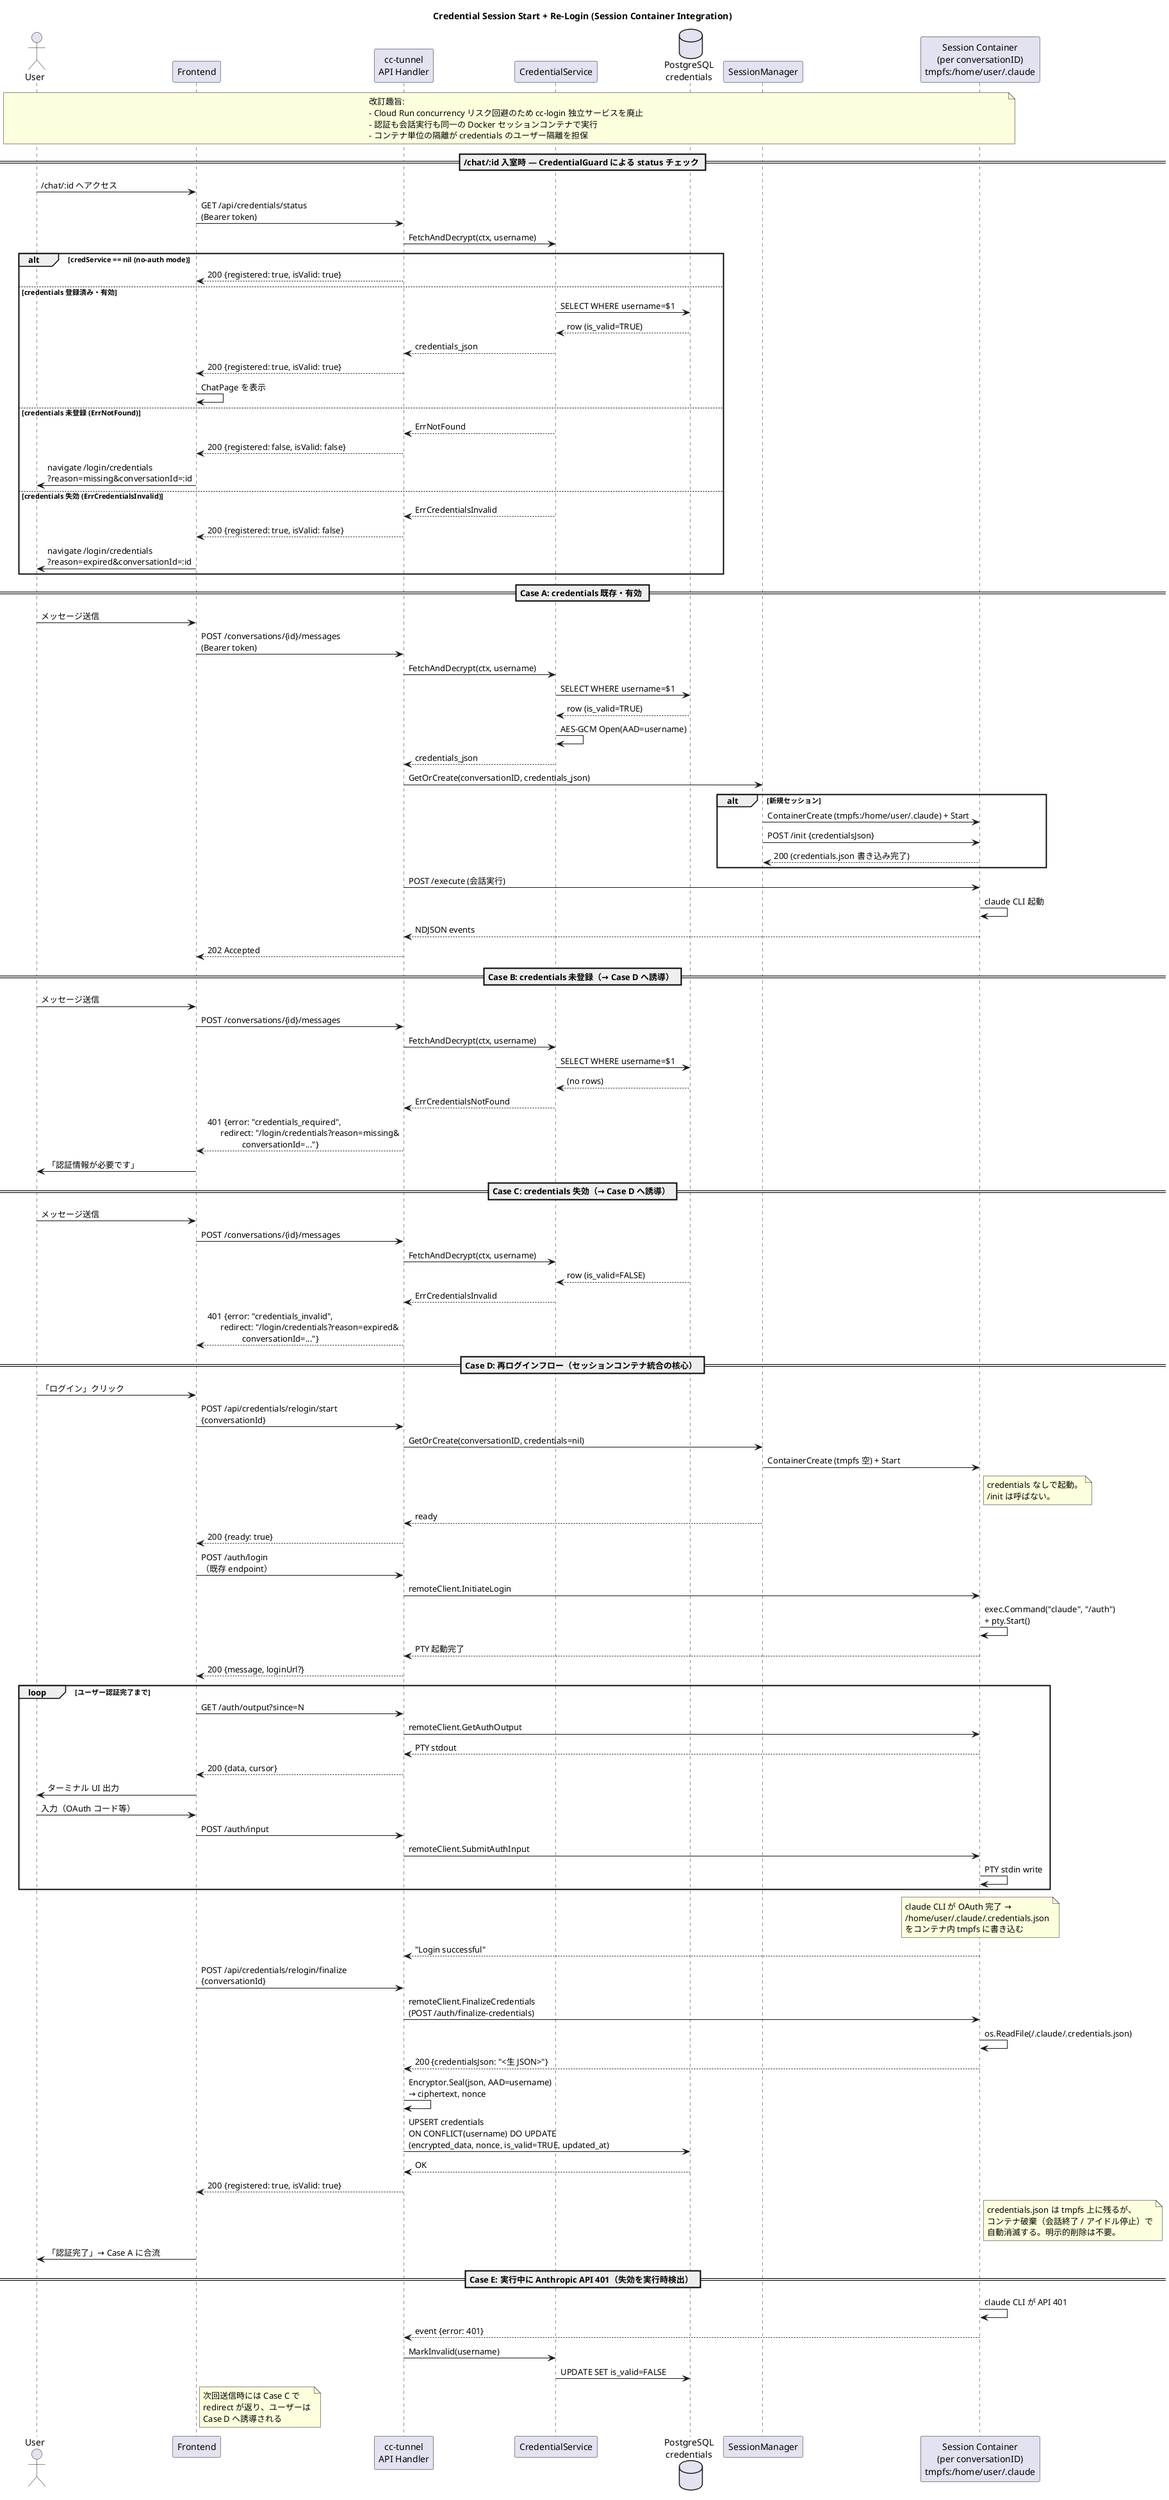
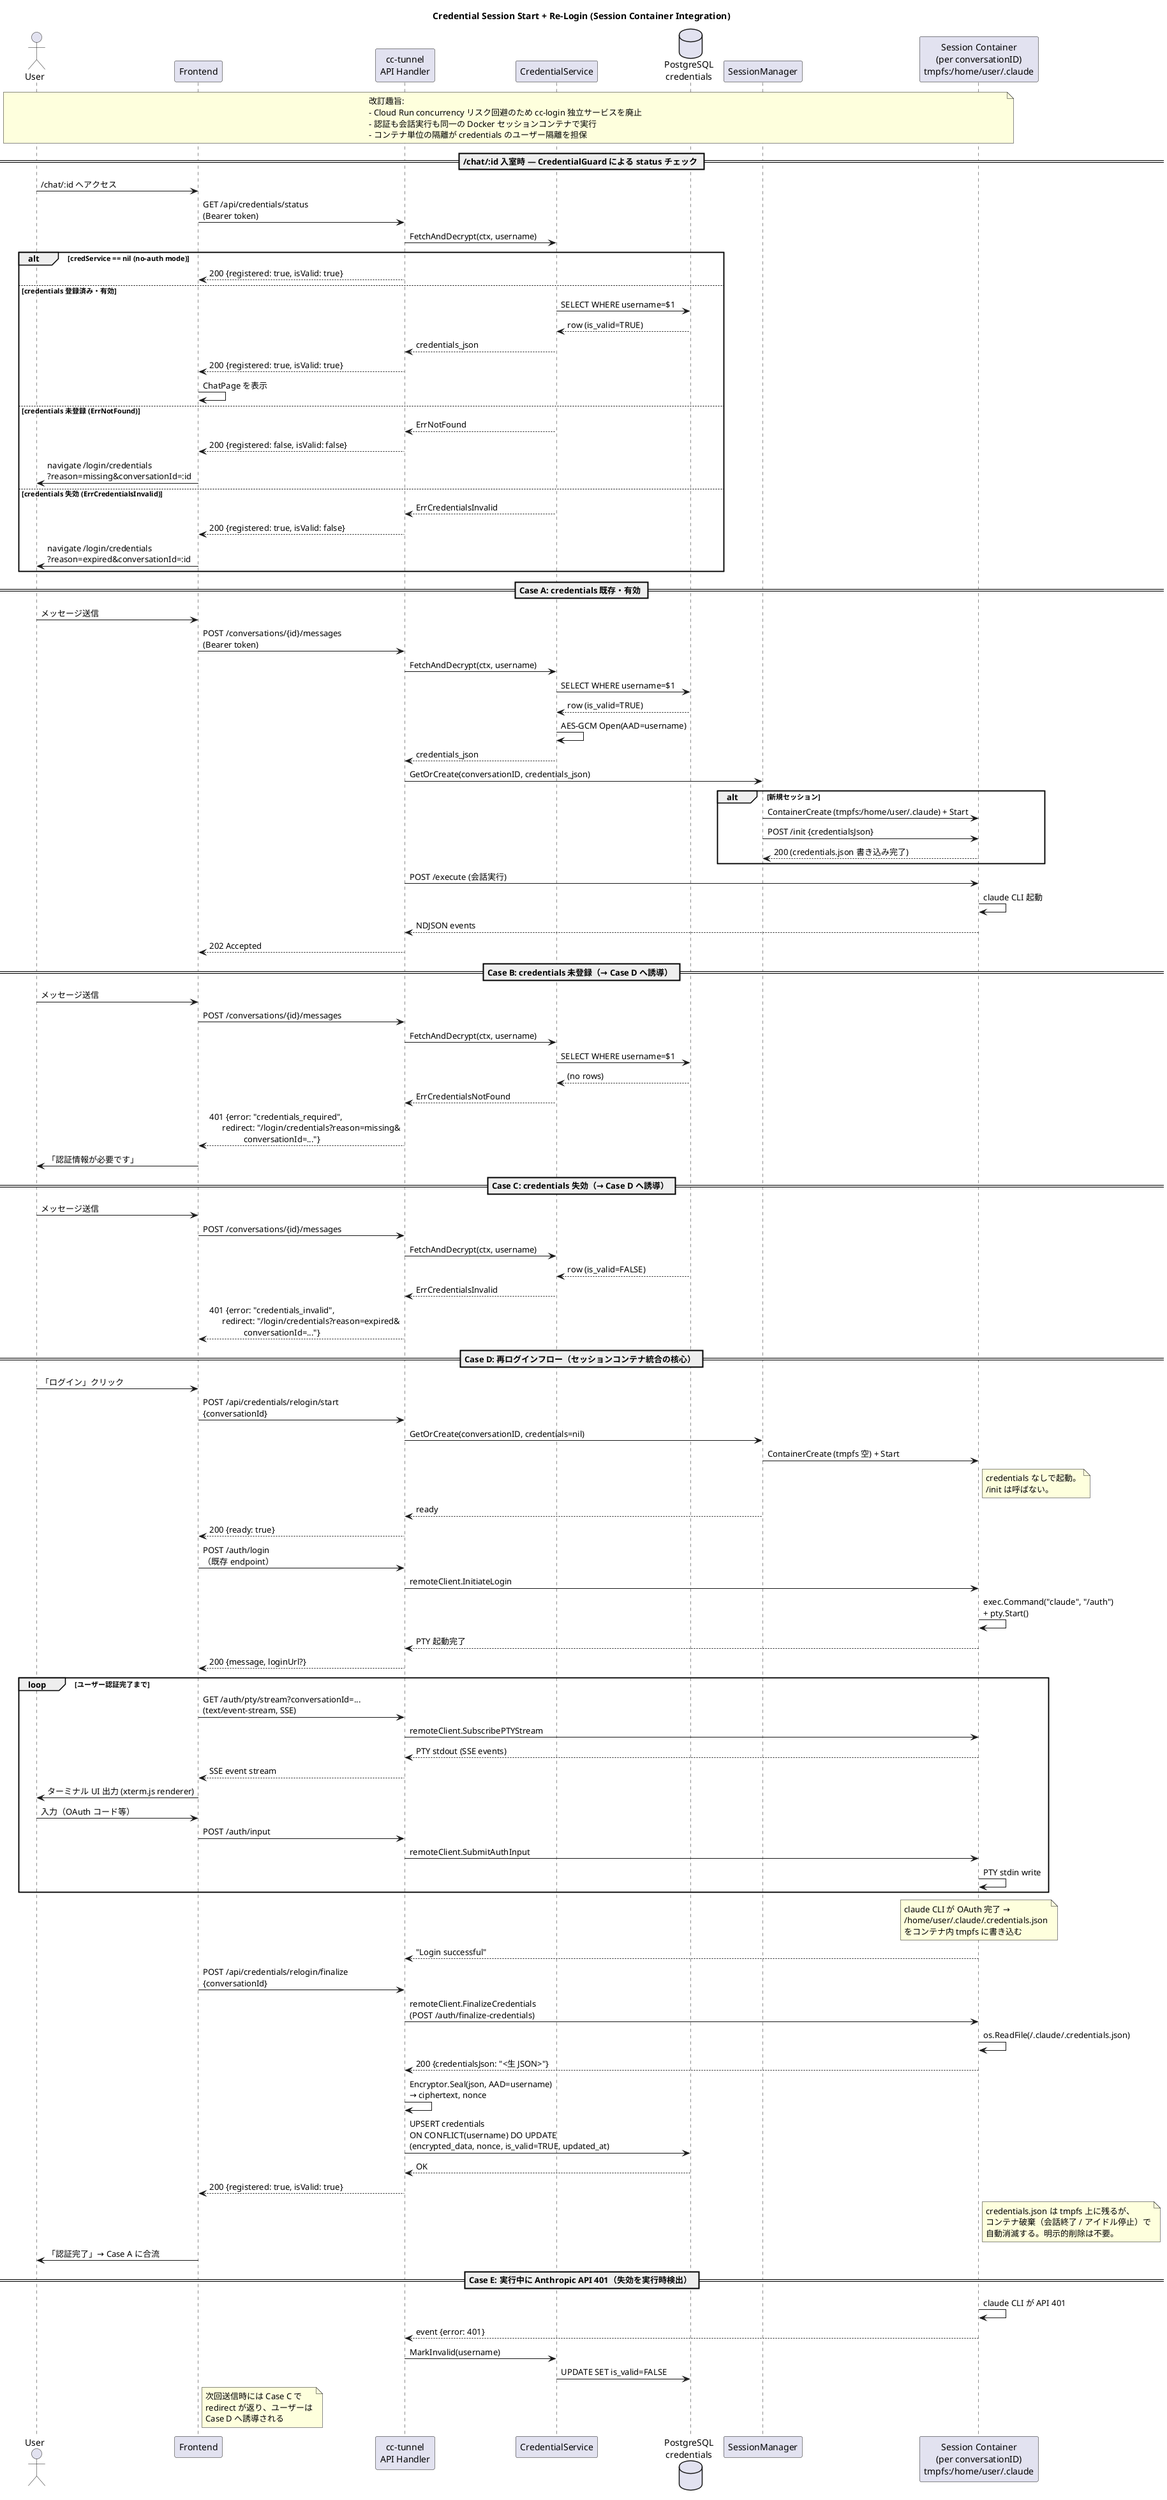
@startuml credential_session_start_sequence
' cc-tunnel セッション開始 + 再ログインフロー（セッションコンテナ統合方式・改訂版）

title Credential Session Start + Re-Login (Session Container Integration)

actor "User" as user
participant "Frontend" as fe
participant "cc-tunnel\nAPI Handler" as handler
participant "CredentialService" as credsvc
database "PostgreSQL\ncredentials" as db
participant "SessionManager" as sm
participant "Session Container\n(per conversationID)\ntmpfs:/home/user/.claude" as container

note over user, container
  改訂趣旨:
  - Cloud Run concurrency リスク回避のため cc-login 独立サービスを廃止
  - 認証も会話実行も同一の Docker セッションコンテナで実行
  - コンテナ単位の隔離が credentials のユーザー隔離を担保
end note

== /chat/:id 入室時 — CredentialGuard による status チェック ==

user -> fe : /chat/:id へアクセス
fe -> handler : GET /api/credentials/status\n(Bearer token)
handler -> credsvc : FetchAndDecrypt(ctx, username)

alt credService == nil (no-auth mode)
  handler --> fe : 200 {registered: true, isValid: true}
else credentials 登録済み・有効
  credsvc -> db : SELECT WHERE username=$1
  db --> credsvc : row (is_valid=TRUE)
  credsvc --> handler : credentials_json
  handler --> fe : 200 {registered: true, isValid: true}
  fe -> fe : ChatPage を表示
else credentials 未登録 (ErrNotFound)
  credsvc --> handler : ErrNotFound
  handler --> fe : 200 {registered: false, isValid: false}
  fe -> user : navigate /login/credentials\n?reason=missing&conversationId=:id
else credentials 失効 (ErrCredentialsInvalid)
  credsvc --> handler : ErrCredentialsInvalid
  handler --> fe : 200 {registered: true, isValid: false}
  fe -> user : navigate /login/credentials\n?reason=expired&conversationId=:id
end

== Case A: credentials 既存・有効 ==

user -> fe : メッセージ送信
fe -> handler : POST /conversations/{id}/messages\n(Bearer token)
handler -> credsvc : FetchAndDecrypt(ctx, username)
credsvc -> db : SELECT WHERE username=$1
db --> credsvc : row (is_valid=TRUE)
credsvc -> credsvc : AES-GCM Open(AAD=username)
credsvc --> handler : credentials_json
handler -> sm : GetOrCreate(conversationID, credentials_json)

alt 新規セッション
  sm -> container : ContainerCreate (tmpfs:/home/user/.claude) + Start
  sm -> container : POST /init {credentialsJson}
  container --> sm : 200 (credentials.json 書き込み完了)
end

handler -> container : POST /execute (会話実行)
container -> container : claude CLI 起動
container --> handler : NDJSON events
handler --> fe : 202 Accepted

== Case B: credentials 未登録（→ Case D へ誘導） ==

user -> fe : メッセージ送信
fe -> handler : POST /conversations/{id}/messages
handler -> credsvc : FetchAndDecrypt(ctx, username)
credsvc -> db : SELECT WHERE username=$1
db --> credsvc : (no rows)
credsvc --> handler : ErrCredentialsNotFound
handler --> fe : 401 {error: "credentials_required",\n      redirect: "/login/credentials?reason=missing&\n                conversationId=..."}
fe -> user : 「認証情報が必要です」

== Case C: credentials 失効（→ Case D へ誘導） ==

user -> fe : メッセージ送信
fe -> handler : POST /conversations/{id}/messages
handler -> credsvc : FetchAndDecrypt(ctx, username)
db --> credsvc : row (is_valid=FALSE)
credsvc --> handler : ErrCredentialsInvalid
handler --> fe : 401 {error: "credentials_invalid",\n      redirect: "/login/credentials?reason=expired&\n                conversationId=..."}

== Case D: 再ログインフロー（セッションコンテナ統合の核心） ==

user -> fe : 「ログイン」クリック
fe -> handler : POST /api/credentials/relogin/start\n{conversationId}
handler -> sm : GetOrCreate(conversationID, credentials=nil)
sm -> container : ContainerCreate (tmpfs 空) + Start
note right of container
  credentials なしで起動。
  /init は呼ばない。
end note
sm --> handler : ready
handler --> fe : 200 {ready: true}

fe -> handler : POST /auth/login\n（既存 endpoint）
handler -> container : remoteClient.InitiateLogin
container -> container : exec.Command("claude", "/auth")\n+ pty.Start()
container --> handler : PTY 起動完了
handler --> fe : 200 {message, loginUrl?}

loop ユーザー認証完了まで
-   fe -> handler : GET /auth/output?since=N
-   handler -> container : remoteClient.GetAuthOutput
-   container --> handler : PTY stdout
-   handler --> fe : 200 {data, cursor}
-   fe -> user : ターミナル UI 出力
+   fe -> handler : GET /auth/pty/stream?conversationId=...\n(text/event-stream, SSE)
+   handler -> container : remoteClient.SubscribePTYStream
+   container --> handler : PTY stdout (SSE events)
+   handler --> fe : SSE event stream
+   fe -> user : ターミナル UI 出力 (xterm.js renderer)

  user -> fe : 入力（OAuth コード等）
  fe -> handler : POST /auth/input
  handler -> container : remoteClient.SubmitAuthInput
  container -> container : PTY stdin write
end

note over container
  claude CLI が OAuth 完了 →
  /home/user/.claude/.credentials.json
  をコンテナ内 tmpfs に書き込む
end note

container --> handler : "Login successful"

fe -> handler : POST /api/credentials/relogin/finalize\n{conversationId}
handler -> container : remoteClient.FinalizeCredentials\n(POST /auth/finalize-credentials)
container -> container : os.ReadFile(~/.claude/.credentials.json)
container --> handler : 200 {credentialsJson: "<生 JSON>"}
handler -> handler : Encryptor.Seal(json, AAD=username)\n→ ciphertext, nonce
handler -> db : UPSERT credentials\nON CONFLICT(username) DO UPDATE\n(encrypted_data, nonce, is_valid=TRUE, updated_at)
db --> handler : OK
handler --> fe : 200 {registered: true, isValid: true}

note right of container
  credentials.json は tmpfs 上に残るが、
  コンテナ破棄（会話終了 / アイドル停止）で
  自動消滅する。明示的削除は不要。
end note

fe -> user : 「認証完了」→ Case A に合流

== Case E: 実行中に Anthropic API 401（失効を実行時検出） ==

container -> container : claude CLI が API 401
container --> handler : event {error: 401}
handler -> credsvc : MarkInvalid(username)
credsvc -> db : UPDATE SET is_valid=FALSE
note right of fe
  次回送信時には Case C で
  redirect が返り、ユーザーは
  Case D へ誘導される
end note

@enduml
